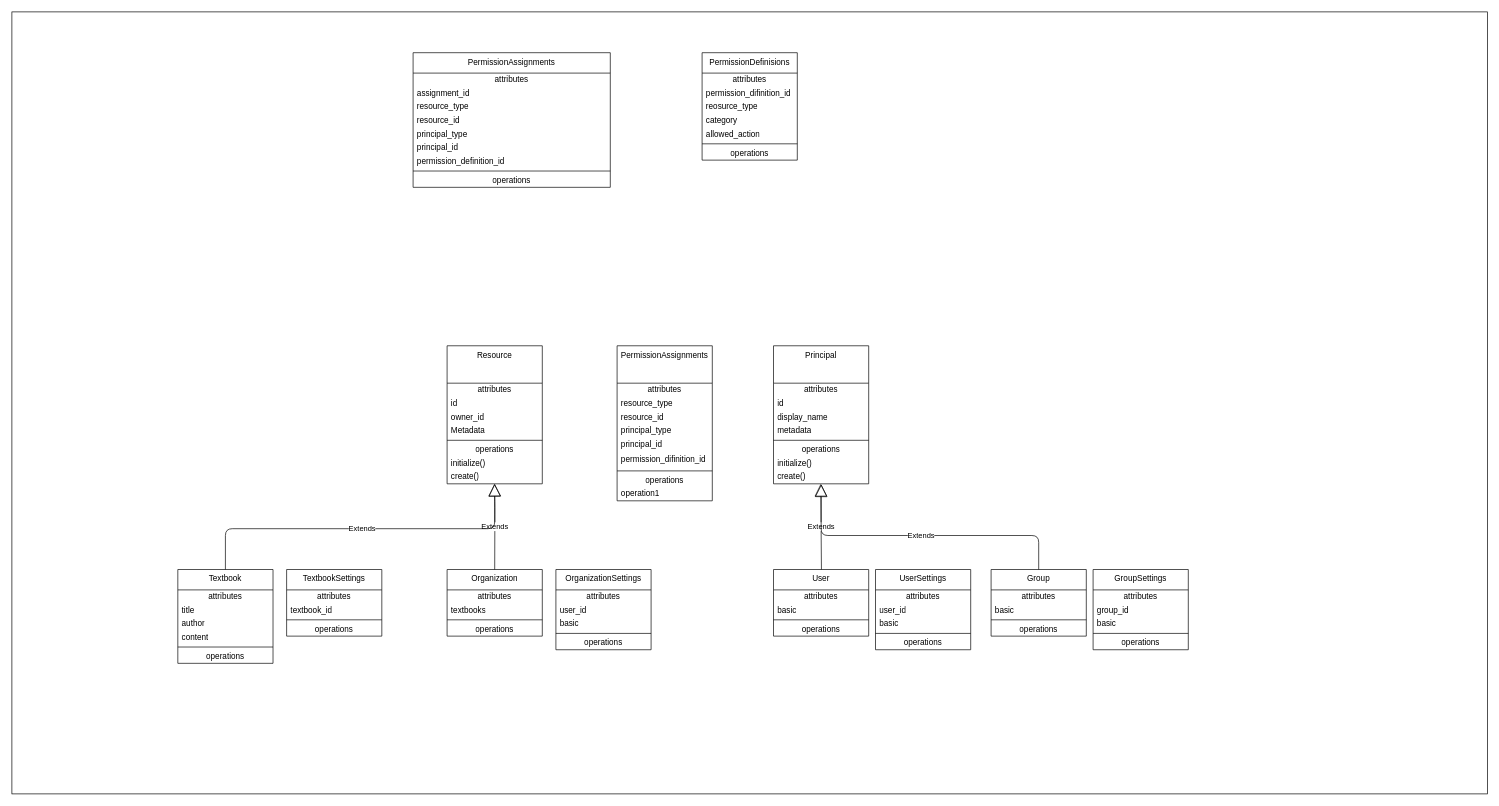
Earlier version of the draw.io diagram zakkuri.drawio (yuta15/StudyAppApi). Source tidied: cells renumbered, new cells numbered last; positions are measured from the earlier drawing's top-left corner, leaving out a move shared by most shapes. Both pictures are drawn from the tidied source at 68%, with x=0, y=0 at pixel (12, 12).
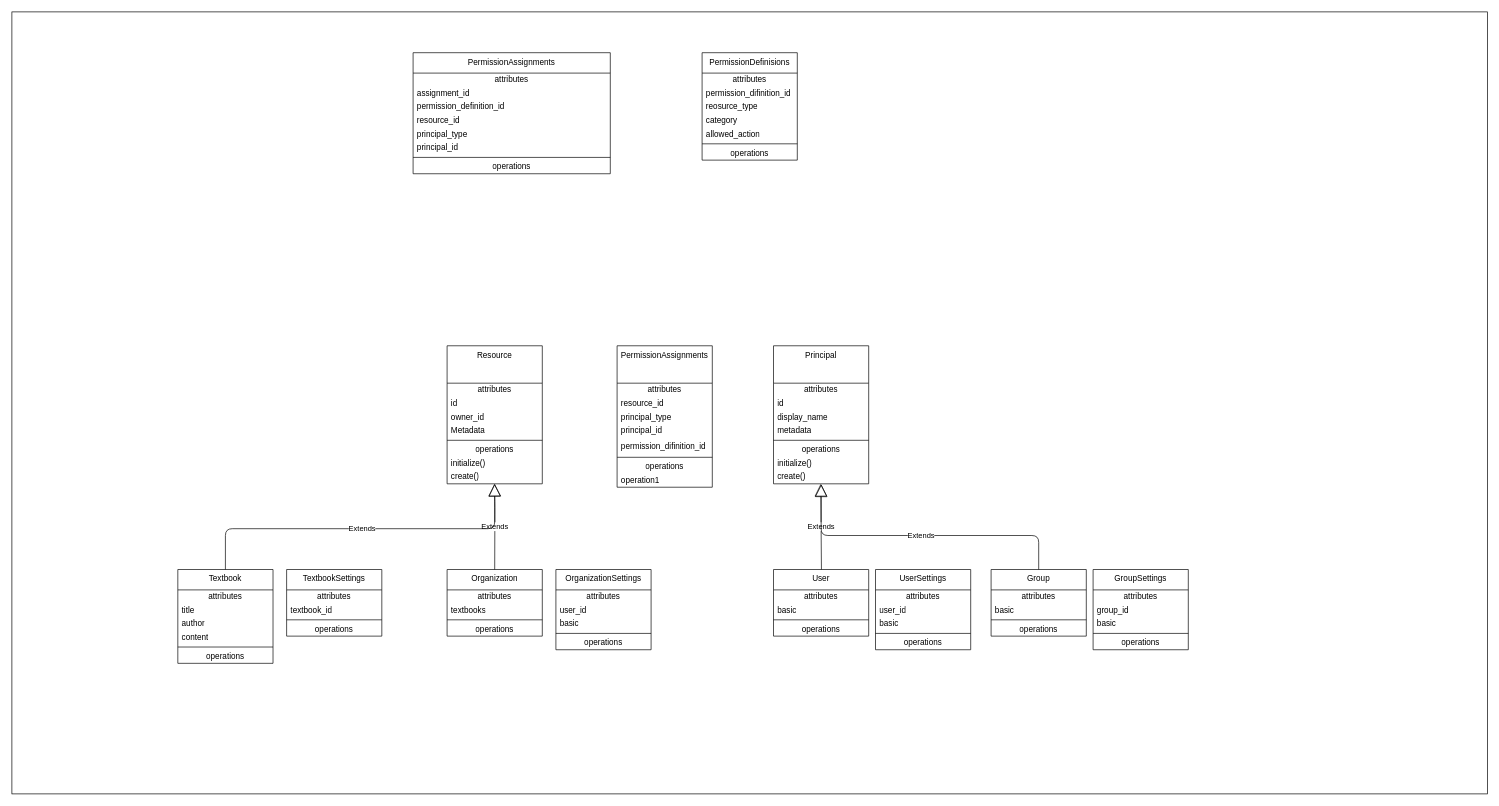
The same page after the edit.

Diff of the diagram source:
```diff
@@
     <mxCell id="21" value="&lt;span style=&quot;color: rgb(0, 0, 0);&quot;&gt;PermissionAssignments&lt;/span&gt;" style="swimlane;fontStyle=0;align=center;verticalAlign=top;horizontal=1;startSize=55;html=1;whiteSpace=wrap;" parent="1" vertex="1">
-      <mxGeometry x="890" y="491" width="140" height="228" as="geometry" />
+      <mxGeometry x="890" y="491" width="140" height="208" as="geometry" />
     </mxCell>
@@
-    <mxCell id="23" value="resource_type" style="text;html=1;strokeColor=none;fillColor=none;align=left;verticalAlign=middle;spacingLeft=4;spacingRight=4;overflow=hidden;whiteSpace=wrap;" parent="21" vertex="1">
-      <mxGeometry y="75" width="140" height="20" as="geometry" />
-    </mxCell>
     <mxCell id="24" value="resource_id" style="text;html=1;strokeColor=none;fillColor=none;align=left;verticalAlign=middle;spacingLeft=4;spacingRight=4;overflow=hidden;whiteSpace=wrap;" parent="21" vertex="1">
-      <mxGeometry y="95" width="140" height="20" as="geometry" />
+      <mxGeometry y="75" width="140" height="20" as="geometry" />
     </mxCell>
     <mxCell id="25" value="principal_type" style="text;html=1;strokeColor=none;fillColor=none;align=left;verticalAlign=middle;spacingLeft=4;spacingRight=4;overflow=hidden;whiteSpace=wrap;" parent="21" vertex="1">
-      <mxGeometry y="115" width="140" height="20" as="geometry" />
+      <mxGeometry y="95" width="140" height="20" as="geometry" />
     </mxCell>
     <mxCell id="26" value="&lt;span style=&quot;color: rgb(0, 0, 0);&quot;&gt;principal_id&lt;/span&gt;" style="text;html=1;strokeColor=none;fillColor=none;align=left;verticalAlign=middle;spacingLeft=4;spacingRight=4;overflow=hidden;whiteSpace=wrap;" parent="21" vertex="1">
-      <mxGeometry y="135" width="140" height="20" as="geometry" />
+      <mxGeometry y="115" width="140" height="20" as="geometry" />
     </mxCell>
     <mxCell id="27" value="&lt;span style=&quot;color: rgb(0, 0, 0);&quot;&gt;permission_difinition_id&lt;/span&gt;" style="text;html=1;strokeColor=none;fillColor=none;align=left;verticalAlign=middle;spacingLeft=4;spacingRight=4;overflow=hidden;whiteSpace=wrap;" parent="21" vertex="1">
-      <mxGeometry y="155" width="140" height="25" as="geometry" />
+      <mxGeometry y="135" width="140" height="25" as="geometry" />
     </mxCell>
     <mxCell id="28" style="line;strokeWidth=1;fillColor=none;align=left;verticalAlign=middle;spacingTop=-1;spacingLeft=3;spacingRight=3;labelPosition=right;" parent="21" vertex="1">
-      <mxGeometry y="180" width="140" height="8" as="geometry" />
+      <mxGeometry y="160" width="140" height="8" as="geometry" />
     </mxCell>
     <mxCell id="29" value="operations" style="text;html=1;strokeColor=none;fillColor=none;align=center;verticalAlign=middle;spacingLeft=4;spacingRight=4;overflow=hidden;whiteSpace=wrap;" parent="21" vertex="1">
-      <mxGeometry y="188" width="140" height="20" as="geometry" />
+      <mxGeometry y="168" width="140" height="20" as="geometry" />
     </mxCell>
     <mxCell id="30" value="operation1" style="text;html=1;strokeColor=none;fillColor=none;align=left;verticalAlign=middle;spacingLeft=4;spacingRight=4;overflow=hidden;whiteSpace=wrap;" parent="21" vertex="1">
-      <mxGeometry y="208" width="140" height="20" as="geometry" />
+      <mxGeometry y="188" width="140" height="20" as="geometry" />
     </mxCell>
@@
     <mxCell id="39" value="&lt;span style=&quot;color: rgb(0, 0, 0);&quot;&gt;PermissionAssignments&lt;/span&gt;" style="swimlane;fontStyle=0;align=center;verticalAlign=top;horizontal=1;startSize=30;html=1;whiteSpace=wrap;" parent="1" vertex="1">
-      <mxGeometry x="590" y="60" width="290" height="198" as="geometry" />
+      <mxGeometry x="590" y="60" width="290" height="178" as="geometry" />
     </mxCell>
@@
-    <mxCell id="42" value="resource_type" style="text;html=1;strokeColor=none;fillColor=none;align=left;verticalAlign=middle;spacingLeft=4;spacingRight=4;overflow=hidden;whiteSpace=wrap;" parent="39" vertex="1">
-      <mxGeometry y="70" width="290" height="20" as="geometry" />
-    </mxCell>
+    <mxCell id="46" value="permission_definition_id" style="text;html=1;strokeColor=none;fillColor=none;align=left;verticalAlign=middle;spacingLeft=4;spacingRight=4;overflow=hidden;whiteSpace=wrap;" parent="39" vertex="1">
+      <mxGeometry y="70" width="290" height="20" as="geometry" />
+    </mxCell>
@@
-    <mxCell id="46" value="permission_definition_id" style="text;html=1;strokeColor=none;fillColor=none;align=left;verticalAlign=middle;spacingLeft=4;spacingRight=4;overflow=hidden;whiteSpace=wrap;" parent="39" vertex="1">
-      <mxGeometry y="150" width="290" height="20" as="geometry" />
-    </mxCell>
     <mxCell id="47" style="line;strokeWidth=1;fillColor=none;align=left;verticalAlign=middle;spacingTop=-1;spacingLeft=3;spacingRight=3;labelPosition=right;" parent="39" vertex="1">
-      <mxGeometry y="170" width="290" height="8" as="geometry" />
+      <mxGeometry y="150" width="290" height="8" as="geometry" />
     </mxCell>
     <mxCell id="48" value="operations" style="text;html=1;strokeColor=none;fillColor=none;align=center;verticalAlign=middle;spacingLeft=4;spacingRight=4;overflow=hidden;whiteSpace=wrap;" parent="39" vertex="1">
-      <mxGeometry y="178" width="290" height="20" as="geometry" />
+      <mxGeometry y="158" width="290" height="20" as="geometry" />
     </mxCell>
```
